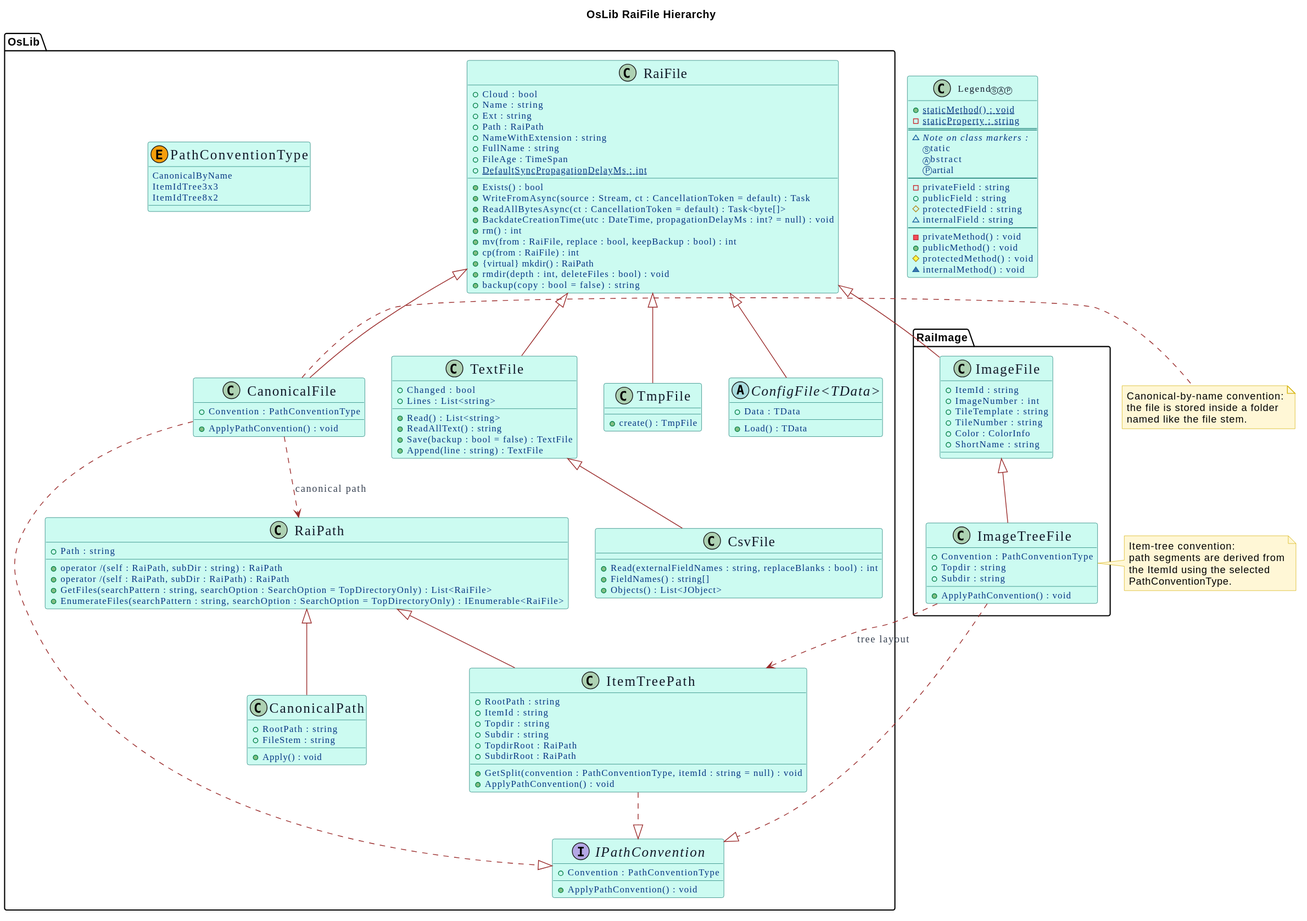
Earlier version of the PlantUML export OsLib-RaiFile-Hierarchy.svg (Burkhardt/OsLib).
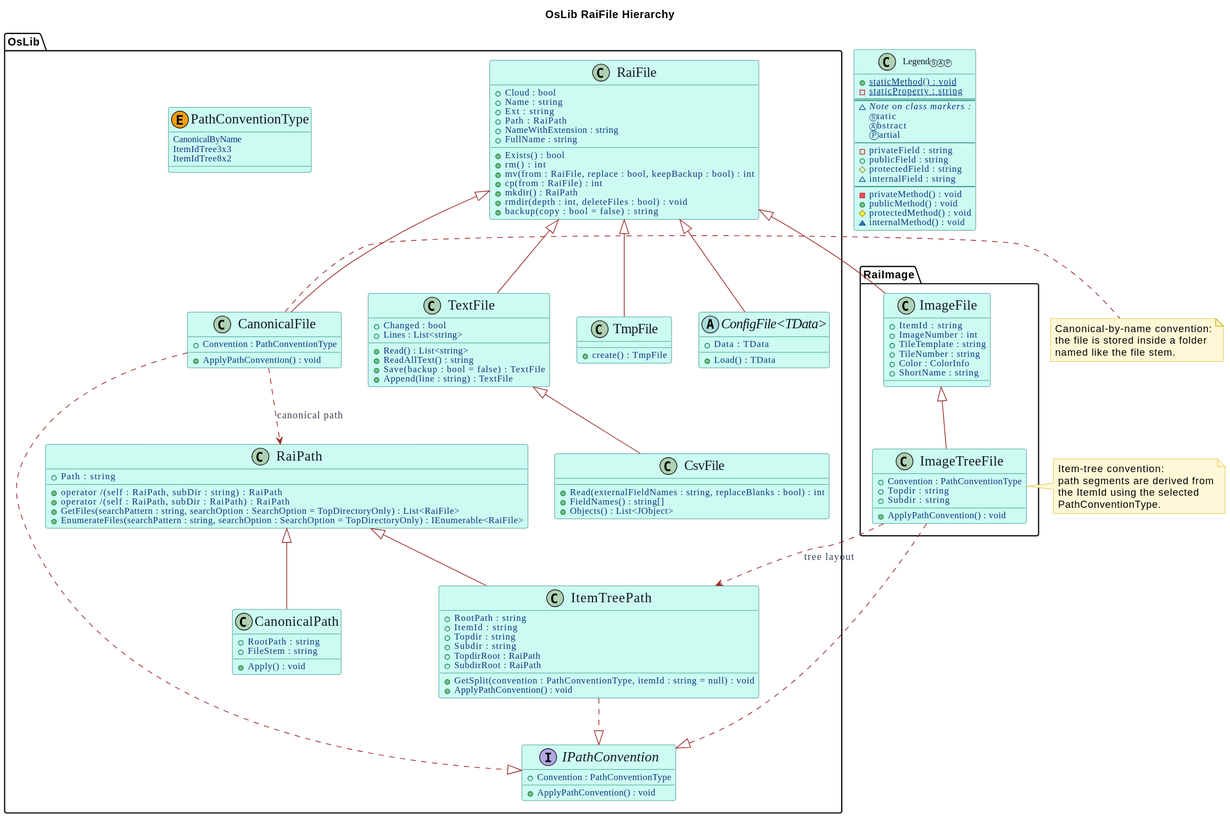
After the commit.

What changed in the source:
```diff
@@ -76,16 +76,11 @@
 		+Path : RaiPath
 		+NameWithExtension : string
 		+FullName : string
-		+FileAge : TimeSpan
-		+{static} DefaultSyncPropagationDelayMs : int
 		+Exists() : bool
-		+WriteFromAsync(source : Stream, ct : CancellationToken = default) : Task
-		+ReadAllBytesAsync(ct : CancellationToken = default) : Task<byte[]>
-		+BackdateCreationTime(utc : DateTime, propagationDelayMs : int? = null) : void
 		+rm() : int
 		+mv(from : RaiFile, replace : bool, keepBackup : bool) : int
 		+cp(from : RaiFile) : int
-		+{virtual} mkdir() : RaiPath
+		+mkdir() : RaiPath
 		+rmdir(depth : int, deleteFiles : bool) : void
 		+backup(copy : bool = false) : string
 	}
```
